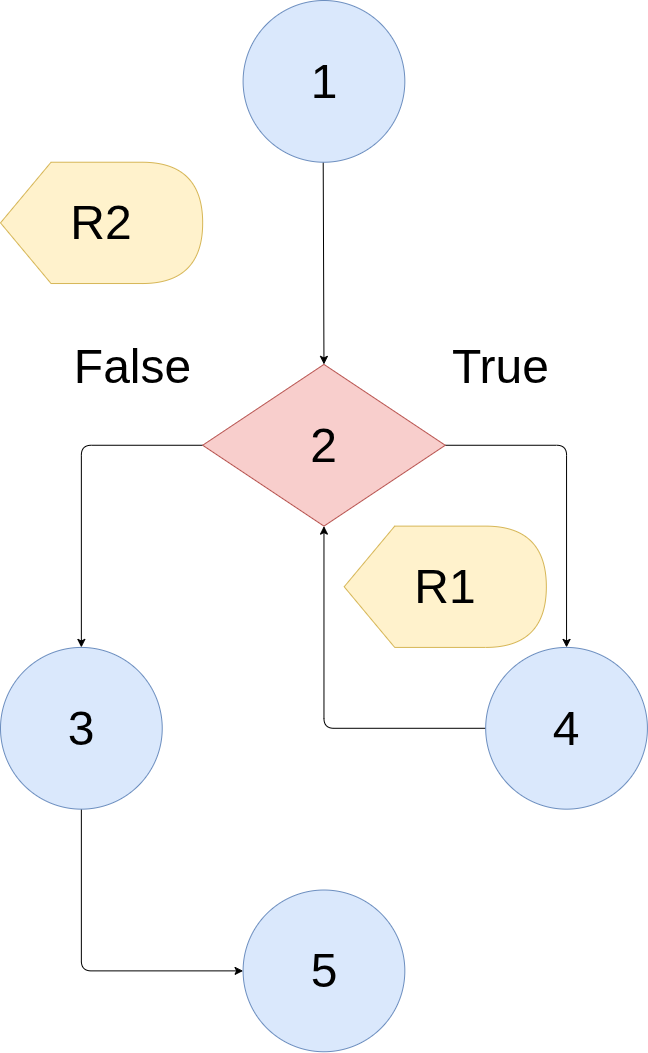
The draw.io diagram docs/Lab03/CFG.png in ISAndreiva/VVSS_Lab, before a commit. Source tidied: cells renumbered, new cells last; positions are measured from the earlier drawing's top-left corner, leaving out a move shared by most shapes.
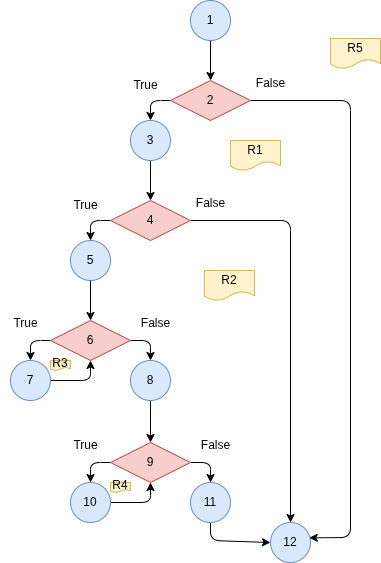
After the change.

Change to the diagram source:
```diff
@@ -1,64 +1,171 @@
-<mxGraphModel background="#ffffff" shadow="1">
+<mxGraphModel background="#ffffff">
   <root>
     <mxCell id="0" />
     <mxCell id="1" parent="0" />
-    <mxCell id="2" style="edgeStyle=none;html=1;shadow=0;snapToPoint=0;fontSize=48;fontStyle=0;" parent="1" edge="1" source="3" target="6">
+    <mxCell id="2" style="edgeStyle=none;html=1;exitX=0.5;exitY=1;exitDx=0;exitDy=0;entryX=0.5;entryY=0;entryDx=0;entryDy=0;" parent="1" edge="1" source="3" target="6">
       <mxGeometry relative="1" as="geometry" />
     </mxCell>
-    <mxCell id="3" value="1" style="ellipse;whiteSpace=wrap;html=1;shadow=0;fillColor=#dae8fc;strokeColor=#6c8ebf;rounded=1;snapToPoint=0;fontSize=48;fontStyle=0;" parent="1" vertex="1">
-      <mxGeometry x="242.6" width="161.7" height="161.7" as="geometry" />
+    <mxCell id="3" value="1" style="ellipse;whiteSpace=wrap;html=1;fillColor=#dae8fc;strokeColor=#6c8ebf;" parent="1" vertex="1">
+      <mxGeometry x="300" y="-19" width="40" height="40" as="geometry" />
     </mxCell>
-    <mxCell id="4" style="edgeStyle=none;html=1;exitX=0;exitY=0.5;exitDx=0;exitDy=0;shadow=0;snapToPoint=0;fontSize=48;fontStyle=0;" parent="1" edge="1" source="6" target="8">
+    <mxCell id="4" style="edgeStyle=none;html=1;exitX=0;exitY=0.5;exitDx=0;exitDy=0;entryX=0.5;entryY=0;entryDx=0;entryDy=0;" parent="1" edge="1" source="6" target="8">
       <mxGeometry relative="1" as="geometry">
         <Array as="points">
-          <mxPoint x="80.9" y="444.8" />
+          <mxPoint x="260" y="81" />
         </Array>
       </mxGeometry>
     </mxCell>
-    <mxCell id="5" style="edgeStyle=none;html=1;exitX=1;exitY=0.5;exitDx=0;exitDy=0;entryX=0.5;entryY=0;entryDx=0;entryDy=0;shadow=0;snapToPoint=0;fontSize=48;fontStyle=0;" parent="1" edge="1" source="6" target="10">
-      <mxGeometry relative="1" as="geometry">
-        <Array as="points">
-          <mxPoint x="566.1" y="444.8" />
-        </Array>
-      </mxGeometry>
-    </mxCell>
+    <mxCell id="16" style="edgeStyle=none;html=1;exitX=1;exitY=0.5;exitDx=0;exitDy=0;entryX=0.968;entryY=0.384;entryDx=0;entryDy=0;entryPerimeter=0;" parent="1" edge="1" source="6" target="41">
+      <mxGeometry relative="1" as="geometry">
+        <Array as="points">
+          <mxPoint x="460" y="81" />
+          <mxPoint x="460" y="518" />
+        </Array>
+      </mxGeometry>
+    </mxCell>
-    <mxCell id="6" value="2" style="rhombus;whiteSpace=wrap;html=1;shadow=0;fillColor=#f8cecc;strokeColor=#b85450;rounded=0;snapToPoint=0;fontSize=48;fontStyle=0;" parent="1" vertex="1">
-      <mxGeometry x="202.2" y="363.9" width="242.6" height="161.7" as="geometry" />
+    <mxCell id="6" value="2" style="rhombus;whiteSpace=wrap;html=1;fillColor=#f8cecc;strokeColor=#b85450;" parent="1" vertex="1">
+      <mxGeometry x="280" y="61" width="80" height="40" as="geometry" />
     </mxCell>
-    <mxCell id="7" style="edgeStyle=none;html=1;exitX=0.5;exitY=1;exitDx=0;exitDy=0;entryX=0;entryY=0.5;entryDx=0;entryDy=0;shadow=0;snapToPoint=0;fontSize=48;fontStyle=0;" parent="1" edge="1" source="8" target="13">
-      <mxGeometry relative="1" as="geometry">
-        <Array as="points">
-          <mxPoint x="80.9" y="970.4" />
-        </Array>
-      </mxGeometry>
-    </mxCell>
+    <mxCell id="17" style="edgeStyle=none;html=1;exitX=0.5;exitY=1;exitDx=0;exitDy=0;entryX=0.5;entryY=0;entryDx=0;entryDy=0;" parent="1" edge="1" source="8" target="10">
+      <mxGeometry relative="1" as="geometry" />
+    </mxCell>
-    <mxCell id="8" value="3" style="ellipse;whiteSpace=wrap;html=1;shadow=0;fillColor=#dae8fc;strokeColor=#6c8ebf;rounded=1;snapToPoint=0;fontSize=48;fontStyle=0;" parent="1" vertex="1">
-      <mxGeometry y="646.9" width="161.7" height="161.7" as="geometry" />
+    <mxCell id="8" value="3" style="ellipse;whiteSpace=wrap;html=1;fillColor=#dae8fc;strokeColor=#6c8ebf;" parent="1" vertex="1">
+      <mxGeometry x="240" y="101" width="40" height="40" as="geometry" />
     </mxCell>
-    <mxCell id="9" style="edgeStyle=none;html=1;exitX=0;exitY=0.5;exitDx=0;exitDy=0;entryX=0.5;entryY=1;entryDx=0;entryDy=0;shadow=0;snapToPoint=0;fontSize=48;fontStyle=0;" parent="1" edge="1" source="10" target="6">
-      <mxGeometry relative="1" as="geometry">
-        <Array as="points">
-          <mxPoint x="323.5" y="727.8" />
-        </Array>
-      </mxGeometry>
-    </mxCell>
+    <mxCell id="18" style="edgeStyle=none;html=1;exitX=0;exitY=0.5;exitDx=0;exitDy=0;entryX=0.5;entryY=0;entryDx=0;entryDy=0;" parent="1" edge="1" source="10" target="13">
+      <mxGeometry relative="1" as="geometry">
+        <Array as="points">
+          <mxPoint x="200" y="201" />
+        </Array>
+      </mxGeometry>
+    </mxCell>
+    <mxCell id="19" style="edgeStyle=none;html=1;exitX=1;exitY=0.5;exitDx=0;exitDy=0;entryX=0.5;entryY=0;entryDx=0;entryDy=0;" parent="1" edge="1" source="10" target="41">
+      <mxGeometry relative="1" as="geometry">
+        <Array as="points">
+          <mxPoint x="400" y="201" />
+        </Array>
+      </mxGeometry>
+    </mxCell>
-    <mxCell id="10" value="4" style="ellipse;whiteSpace=wrap;html=1;shadow=0;fillColor=#dae8fc;strokeColor=#6c8ebf;rounded=1;snapToPoint=0;fontSize=48;fontStyle=0;" parent="1" vertex="1">
-      <mxGeometry x="485.2" y="646.9" width="161.7" height="161.7" as="geometry" />
+    <mxCell id="10" value="4" style="rhombus;whiteSpace=wrap;html=1;fillColor=#f8cecc;strokeColor=#b85450;" parent="1" vertex="1">
+      <mxGeometry x="220" y="181" width="80" height="40" as="geometry" />
     </mxCell>
-    <mxCell id="11" value="False" style="text;html=1;align=center;verticalAlign=middle;shadow=0;rounded=1;fontSize=48;fontStyle=0;" parent="1" vertex="1">
-      <mxGeometry x="62.2" y="331" width="140" height="70" as="geometry" />
-    </mxCell>
-    <mxCell id="12" value="True" style="text;html=1;align=center;verticalAlign=middle;shadow=0;rounded=1;fontSize=48;fontStyle=0;" parent="1" vertex="1">
-      <mxGeometry x="440" y="331" width="120" height="70" as="geometry" />
-    </mxCell>
+    <mxCell id="20" value="True" style="text;html=1;align=center;verticalAlign=middle;strokeColor=none;fillColor=none;" parent="1" vertex="1">
+      <mxGeometry x="230" y="51" width="50" height="30" as="geometry" />
+    </mxCell>
-    <mxCell id="13" value="5" style="ellipse;whiteSpace=wrap;html=1;shadow=0;fillColor=#dae8fc;strokeColor=#6c8ebf;rounded=1;snapToPoint=0;fontSize=48;fontStyle=0;" parent="1" vertex="1">
-      <mxGeometry x="242.6" y="889.5" width="161.7" height="161.7" as="geometry" />
+    <mxCell id="13" value="5" style="ellipse;whiteSpace=wrap;html=1;fillColor=#dae8fc;strokeColor=#6c8ebf;" parent="1" vertex="1">
+      <mxGeometry x="180" y="221" width="40" height="40" as="geometry" />
     </mxCell>
+    <mxCell id="21" value="True" style="text;html=1;align=center;verticalAlign=middle;strokeColor=none;fillColor=none;" parent="1" vertex="1">
+      <mxGeometry x="170" y="171" width="50" height="30" as="geometry" />
+    </mxCell>
+    <mxCell id="22" style="edgeStyle=none;html=1;exitX=1;exitY=0.5;exitDx=0;exitDy=0;entryX=0.5;entryY=0;entryDx=0;entryDy=0;" parent="1" edge="1" source="24" target="29">
+      <mxGeometry relative="1" as="geometry">
+        <Array as="points">
+          <mxPoint x="260" y="321" />
+        </Array>
+      </mxGeometry>
+    </mxCell>
+    <mxCell id="23" style="edgeStyle=none;html=1;exitX=0;exitY=0.5;exitDx=0;exitDy=0;entryX=0.5;entryY=0;entryDx=0;entryDy=0;" parent="1" edge="1" source="24" target="27">
+      <mxGeometry relative="1" as="geometry">
+        <Array as="points">
+          <mxPoint x="140" y="321" />
+        </Array>
+      </mxGeometry>
+    </mxCell>
+    <mxCell id="24" value="6" style="rhombus;whiteSpace=wrap;html=1;fillColor=#f8cecc;strokeColor=#b85450;" parent="1" vertex="1">
+      <mxGeometry x="160" y="301" width="80" height="40" as="geometry" />
+    </mxCell>
+    <mxCell id="25" style="edgeStyle=none;html=1;exitX=0.5;exitY=1;exitDx=0;exitDy=0;entryX=0.5;entryY=0;entryDx=0;entryDy=0;" parent="1" edge="1" source="13" target="24">
+      <mxGeometry relative="1" as="geometry" />
+    </mxCell>
+    <mxCell id="26" style="edgeStyle=none;html=1;exitX=1;exitY=0.5;exitDx=0;exitDy=0;entryX=0.5;entryY=1;entryDx=0;entryDy=0;" parent="1" edge="1" source="27" target="24">
+      <mxGeometry relative="1" as="geometry">
+        <Array as="points">
+          <mxPoint x="200" y="361" />
+        </Array>
+      </mxGeometry>
+    </mxCell>
+    <mxCell id="27" value="7" style="ellipse;whiteSpace=wrap;html=1;fillColor=#dae8fc;strokeColor=#6c8ebf;" parent="1" vertex="1">
+      <mxGeometry x="120" y="341" width="40" height="40" as="geometry" />
+    </mxCell>
+    <mxCell id="28" style="edgeStyle=none;html=1;exitX=0.5;exitY=1;exitDx=0;exitDy=0;entryX=0.5;entryY=0;entryDx=0;entryDy=0;" parent="1" edge="1" source="29" target="34">
+      <mxGeometry relative="1" as="geometry" />
+    </mxCell>
+    <mxCell id="29" value="8" style="ellipse;whiteSpace=wrap;html=1;fillColor=#dae8fc;strokeColor=#6c8ebf;" parent="1" vertex="1">
+      <mxGeometry x="240" y="341" width="40" height="40" as="geometry" />
+    </mxCell>
+    <mxCell id="30" value="True" style="text;html=1;align=center;verticalAlign=middle;strokeColor=none;fillColor=none;" parent="1" vertex="1">
+      <mxGeometry x="110" y="289" width="50" height="30" as="geometry" />
+    </mxCell>
+    <mxCell id="31" value="False" style="text;html=1;align=center;verticalAlign=middle;strokeColor=none;fillColor=none;" parent="1" vertex="1">
+      <mxGeometry x="240" y="289" width="50" height="30" as="geometry" />
+    </mxCell>
+    <mxCell id="32" style="edgeStyle=none;html=1;exitX=1;exitY=0.5;exitDx=0;exitDy=0;entryX=0.5;entryY=0;entryDx=0;entryDy=0;" parent="1" edge="1" source="34" target="38">
+      <mxGeometry relative="1" as="geometry">
+        <Array as="points">
+          <mxPoint x="320" y="443" />
+        </Array>
+      </mxGeometry>
+    </mxCell>
+    <mxCell id="33" style="edgeStyle=none;html=1;exitX=0;exitY=0.5;exitDx=0;exitDy=0;entryX=0.5;entryY=0;entryDx=0;entryDy=0;" parent="1" edge="1" source="34" target="36">
+      <mxGeometry relative="1" as="geometry">
+        <Array as="points">
+          <mxPoint x="200" y="443" />
+        </Array>
+      </mxGeometry>
+    </mxCell>
+    <mxCell id="34" value="9" style="rhombus;whiteSpace=wrap;html=1;fillColor=#f8cecc;strokeColor=#b85450;" parent="1" vertex="1">
+      <mxGeometry x="220" y="423" width="80" height="40" as="geometry" />
+    </mxCell>
+    <mxCell id="35" style="edgeStyle=none;html=1;exitX=1;exitY=0.5;exitDx=0;exitDy=0;entryX=0.5;entryY=1;entryDx=0;entryDy=0;" parent="1" edge="1" source="36" target="34">
+      <mxGeometry relative="1" as="geometry">
+        <Array as="points">
+          <mxPoint x="260" y="483" />
+        </Array>
+      </mxGeometry>
+    </mxCell>
+    <mxCell id="36" value="10" style="ellipse;whiteSpace=wrap;html=1;fillColor=#dae8fc;strokeColor=#6c8ebf;" parent="1" vertex="1">
+      <mxGeometry x="180" y="463" width="40" height="40" as="geometry" />
+    </mxCell>
+    <mxCell id="37" style="edgeStyle=none;html=1;exitX=0.5;exitY=1;exitDx=0;exitDy=0;entryX=0;entryY=0.5;entryDx=0;entryDy=0;" parent="1" edge="1" source="38" target="41">
+      <mxGeometry relative="1" as="geometry">
+        <Array as="points">
+          <mxPoint x="320" y="521" />
+        </Array>
+      </mxGeometry>
+    </mxCell>
+    <mxCell id="38" value="11" style="ellipse;whiteSpace=wrap;html=1;fillColor=#dae8fc;strokeColor=#6c8ebf;" parent="1" vertex="1">
+      <mxGeometry x="300" y="463" width="40" height="40" as="geometry" />
+    </mxCell>
+    <mxCell id="39" value="True" style="text;html=1;align=center;verticalAlign=middle;strokeColor=none;fillColor=none;" parent="1" vertex="1">
+      <mxGeometry x="170" y="411" width="50" height="30" as="geometry" />
+    </mxCell>
+    <mxCell id="40" value="False" style="text;html=1;align=center;verticalAlign=middle;strokeColor=none;fillColor=none;" parent="1" vertex="1">
+      <mxGeometry x="300" y="411" width="50" height="30" as="geometry" />
+    </mxCell>
+    <mxCell id="41" value="12" style="ellipse;whiteSpace=wrap;html=1;fillColor=#dae8fc;strokeColor=#6c8ebf;" parent="1" vertex="1">
+      <mxGeometry x="380" y="503" width="40" height="40" as="geometry" />
+    </mxCell>
+    <mxCell id="42" value="False" style="text;html=1;align=center;verticalAlign=middle;strokeColor=none;fillColor=none;" parent="1" vertex="1">
+      <mxGeometry x="355" y="49" width="50" height="30" as="geometry" />
+    </mxCell>
+    <mxCell id="43" value="False" style="text;html=1;align=center;verticalAlign=middle;strokeColor=none;fillColor=none;" parent="1" vertex="1">
+      <mxGeometry x="295" y="169" width="50" height="30" as="geometry" />
+    </mxCell>
+    <mxCell id="15" value="R1" style="shape=document;whiteSpace=wrap;html=1;boundedLbl=1;fillColor=#fff2cc;strokeColor=#d6b656;" parent="1" vertex="1">
+      <mxGeometry x="340" y="121" width="50" height="30" as="geometry" />
+    </mxCell>
-    <mxCell id="14" value="R2" style="shape=display;whiteSpace=wrap;html=1;shadow=0;fillColor=#fff2cc;strokeColor=#d6b656;rounded=1;fontSize=48;fontStyle=0;" parent="1" vertex="1">
-      <mxGeometry y="161.7" width="202.2" height="121.3" as="geometry" />
+    <mxCell id="14" value="R2" style="shape=document;whiteSpace=wrap;html=1;boundedLbl=1;fillColor=#fff2cc;strokeColor=#d6b656;" parent="1" vertex="1">
+      <mxGeometry x="314" y="251" width="50" height="30" as="geometry" />
     </mxCell>
-    <mxCell id="15" value="R1" style="shape=display;whiteSpace=wrap;html=1;shadow=0;fillColor=#fff2cc;strokeColor=#d6b656;rounded=1;fontSize=48;fontStyle=0;" parent="1" vertex="1">
-      <mxGeometry x="343.7" y="525.6" width="202.2" height="121.3" as="geometry" />
-    </mxCell>
+    <mxCell id="44" value="R3" style="shape=document;whiteSpace=wrap;html=1;boundedLbl=1;fillColor=#fff2cc;strokeColor=#d6b656;" parent="1" vertex="1">
+      <mxGeometry x="160" y="341" width="20" height="10" as="geometry" />
+    </mxCell>
+    <mxCell id="45" value="R4" style="shape=document;whiteSpace=wrap;html=1;boundedLbl=1;fillColor=#fff2cc;strokeColor=#d6b656;" parent="1" vertex="1">
+      <mxGeometry x="220" y="463" width="20" height="10" as="geometry" />
+    </mxCell>
+    <mxCell id="46" value="R5" style="shape=document;whiteSpace=wrap;html=1;boundedLbl=1;fillColor=#fff2cc;strokeColor=#d6b656;" parent="1" vertex="1">
+      <mxGeometry x="440" y="19" width="50" height="30" as="geometry" />
+    </mxCell>
   </root>
 </mxGraphModel>
```
